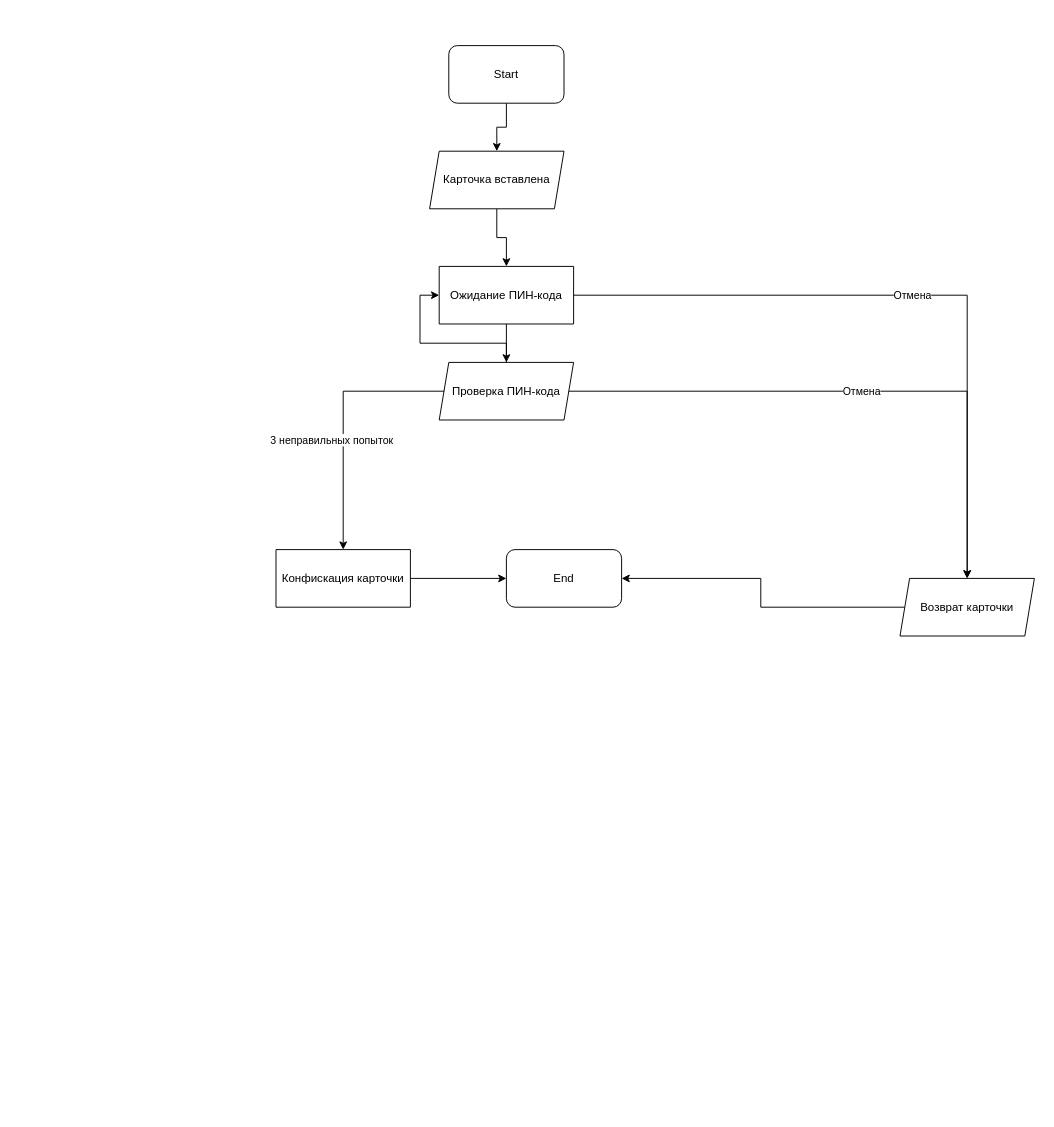
gafisun/java_ib keeps this draw.io diagram as Untitled Diagram.drawio. Above is the earlier version. Source tidied: cells renumbered, new cells numbered last; positions are measured from the earlier drawing's top-left corner, leaving out a move shared by most shapes. Both pictures are drawn from the tidied source at 96%, with x=0, y=0 at pixel (276, 45).
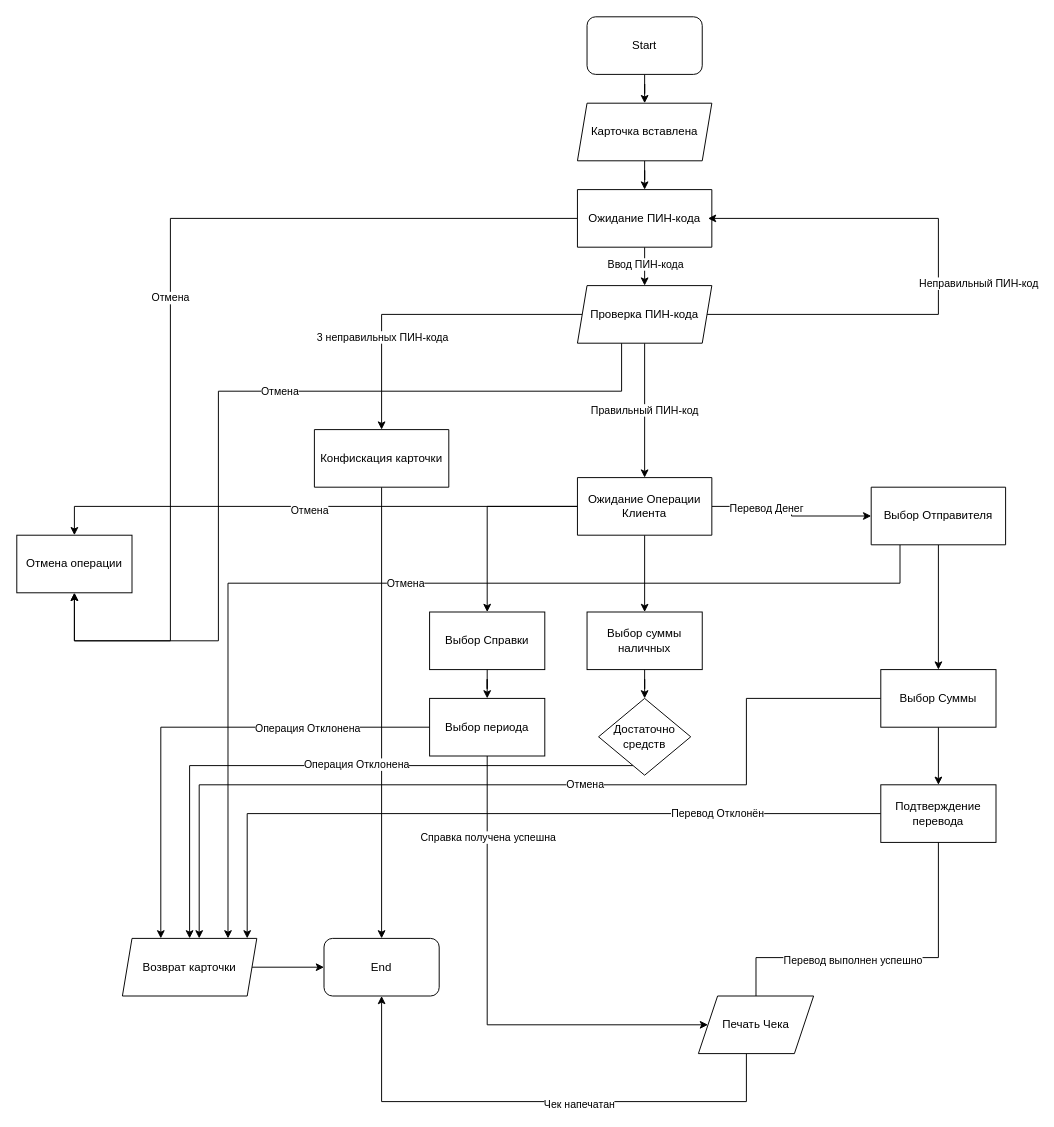
Above is the later version.

Unchanged cells that the change refers to:
```xml
<mxCell id="9" style="edgeStyle=orthogonalEdgeStyle;rounded=0;jettySize=auto;html=1;exitX=0.5;exitY=1;exitDx=0;exitDy=0;" parent="1" edge="1" source="11" target="16">
  <mxGeometry relative="1" as="geometry" />
</mxCell>
```

Change to the diagram source:
```diff
@@
     <mxCell id="3" value="Start" style="rounded=1;whiteSpace=wrap;html=1;" parent="1" vertex="1">
-      <mxGeometry x="180" width="120" height="60" as="geometry" />
+      <mxGeometry x="324" y="-30" width="120" height="60" as="geometry" />
     </mxCell>
     <mxCell id="4" value="End" style="rounded=1;whiteSpace=wrap;html=1;" parent="1" vertex="1">
-      <mxGeometry x="240" y="525" width="120" height="60" as="geometry" />
+      <mxGeometry x="50" y="930" width="120" height="60" as="geometry" />
     </mxCell>
@@
     <mxCell id="6" value="Карточка вставлена" style="shape=parallelogram;perimeter=parallelogramPerimeter;whiteSpace=wrap;html=1;fixedSize=1;size=10;" parent="1" vertex="1">
-      <mxGeometry x="160" y="110" width="140" height="60" as="geometry" />
+      <mxGeometry x="314" y="60" width="140" height="60" as="geometry" />
     </mxCell>
@@
     <mxCell id="8" value="Возврат карточки" style="shape=parallelogram;perimeter=parallelogramPerimeter;whiteSpace=wrap;html=1;fixedSize=1;size=10;" parent="1" vertex="1">
-      <mxGeometry x="650" y="555" width="140" height="60" as="geometry" />
+      <mxGeometry x="-160" y="930" width="140" height="60" as="geometry" />
     </mxCell>
@@
+    <mxCell id="19" value="Ввод ПИН-кода" style="edgeLabel;html=1;align=center;verticalAlign=middle;" parent="9" vertex="1">
+      <mxGeometry x="-0.17" relative="1" as="geometry" />
+    </mxCell>
-    <mxCell id="10" value="Отмена" style="edgeStyle=orthogonalEdgeStyle;rounded=0;jettySize=auto;html=1;" parent="1" edge="1" source="11" target="8">
-      <mxGeometry relative="1" as="geometry" />
+    <mxCell id="10" value="Отмена" style="edgeStyle=orthogonalEdgeStyle;rounded=0;jettySize=auto;html=1;" parent="1" edge="1" source="11" target="55">
+      <mxGeometry relative="1" as="geometry">
+        <Array as="points">
+          <mxPoint x="-110" y="180" />
+          <mxPoint x="-110" y="620" />
+        </Array>
+      </mxGeometry>
     </mxCell>
     <mxCell id="11" value="Ожидание ПИН-кода" style="shape=parallelogram;perimeter=parallelogramPerimeter;whiteSpace=wrap;html=1;fixedSize=1;size=0;" parent="1" vertex="1">
-      <mxGeometry x="170" y="230" width="140" height="60" as="geometry" />
+      <mxGeometry x="314" y="150" width="140" height="60" as="geometry" />
     </mxCell>
-    <mxCell id="12" value="Отмена" style="edgeStyle=orthogonalEdgeStyle;rounded=0;jettySize=auto;html=1;exitX=1;exitY=0.5;exitDx=0;exitDy=0;" parent="1" edge="1" source="16" target="8">
-      <mxGeometry relative="1" as="geometry" />
+    <mxCell id="12" value="Отмена" style="edgeStyle=orthogonalEdgeStyle;rounded=0;jettySize=auto;html=1;exitX=1;exitY=0.5;exitDx=0;exitDy=0;" parent="1" edge="1" source="16" target="55">
+      <mxGeometry relative="1" as="geometry">
+        <Array as="points">
+          <mxPoint x="360" y="280" />
+          <mxPoint x="360" y="360" />
+          <mxPoint x="-60" y="360" />
+          <mxPoint x="-60" y="620" />
+        </Array>
+      </mxGeometry>
     </mxCell>
+    <mxCell id="15" style="edgeStyle=orthogonalEdgeStyle;rounded=0;jettySize=auto;html=1;" parent="1" edge="1" source="16">
+      <mxGeometry relative="1" as="geometry">
+        <mxPoint x="450" y="180" as="targetPoint" />
+        <Array as="points">
+          <mxPoint x="690" y="280" />
+          <mxPoint x="690" y="180" />
+        </Array>
+      </mxGeometry>
+    </mxCell>
+    <mxCell id="20" value="Неправильный ПИН-код" style="edgeLabel;html=1;align=center;verticalAlign=middle;" parent="15" vertex="1">
+      <mxGeometry x="0.11" y="2" relative="1" as="geometry">
+        <mxPoint x="43" y="48" as="offset" />
+      </mxGeometry>
+    </mxCell>
-    <mxCell id="13" style="edgeStyle=orthogonalEdgeStyle;rounded=0;jettySize=auto;html=1;exitX=1;exitY=0.5;exitDx=0;exitDy=0;" parent="1" edge="1" source="16" target="18">
+    <mxCell id="13" style="edgeStyle=orthogonalEdgeStyle;rounded=0;jettySize=auto;html=1;" parent="1" edge="1" source="16" target="18">
       <mxGeometry relative="1" as="geometry" />
     </mxCell>
-    <mxCell id="14" value="3 неправильных попыток" style="edgeLabel;html=1;align=center;verticalAlign=middle;" parent="13" vertex="1">
-      <mxGeometry x="-0.37" y="1" relative="1" as="geometry">
-        <mxPoint x="-122" y="49" as="offset" />
-      </mxGeometry>
-    </mxCell>
-    <mxCell id="15" style="edgeStyle=orthogonalEdgeStyle;rounded=0;jettySize=auto;html=1;entryX=0;entryY=0.5;entryDx=0;entryDy=0;" parent="1" edge="1" source="16" target="11">
-      <mxGeometry relative="1" as="geometry" />
-    </mxCell>
+    <mxCell id="21" value="3 неправильных ПИН-кода" style="edgeLabel;html=1;align=center;verticalAlign=middle;" parent="13" vertex="1">
+      <mxGeometry x="0.41" relative="1" as="geometry" />
+    </mxCell>
+    <mxCell id="22" value="Правильный ПИН-код" style="edgeStyle=orthogonalEdgeStyle;rounded=0;jettySize=auto;html=1;" parent="1" edge="1" source="16" target="29">
+      <mxGeometry relative="1" as="geometry" />
+    </mxCell>
     <mxCell id="16" value="Проверка ПИН-кода" style="shape=parallelogram;perimeter=parallelogramPerimeter;whiteSpace=wrap;html=1;fixedSize=1;size=10;" parent="1" vertex="1">
-      <mxGeometry x="170" y="330" width="140" height="60" as="geometry" />
+      <mxGeometry x="314" y="250" width="140" height="60" as="geometry" />
     </mxCell>
@@
     <mxCell id="18" value="Конфискация карточки" style="shape=parallelogram;perimeter=parallelogramPerimeter;whiteSpace=wrap;html=1;fixedSize=1;size=0;" parent="1" vertex="1">
-      <mxGeometry y="525" width="140" height="60" as="geometry" />
+      <mxGeometry x="40" y="400" width="140" height="60" as="geometry" />
     </mxCell>
+    <mxCell id="23" style="edgeStyle=orthogonalEdgeStyle;rounded=0;jettySize=auto;html=1;" parent="1" edge="1" source="29" target="55">
+      <mxGeometry relative="1" as="geometry">
+        <Array as="points">
+          <mxPoint x="-210" y="480" />
+          <mxPoint x="-210" y="540" />
+        </Array>
+      </mxGeometry>
+    </mxCell>
+    <mxCell id="24" value="Отмена" style="edgeLabel;html=1;align=center;verticalAlign=middle;" parent="23" vertex="1">
+      <mxGeometry x="0.01" y="3" relative="1" as="geometry" />
+    </mxCell>
+    <mxCell id="25" style="edgeStyle=orthogonalEdgeStyle;rounded=0;jettySize=auto;html=1;" parent="1" edge="1" source="29" target="32">
+      <mxGeometry relative="1" as="geometry" />
+    </mxCell>
+    <mxCell id="26" value="Перевод Денег" style="edgeLabel;html=1;align=center;verticalAlign=middle;" parent="25" vertex="1">
+      <mxGeometry x="-0.38" relative="1" as="geometry">
+        <mxPoint x="1" y="1" as="offset" />
+      </mxGeometry>
+    </mxCell>
+    <mxCell id="27" style="edgeStyle=orthogonalEdgeStyle;rounded=0;jettySize=auto;html=1;" parent="1" edge="1" source="29" target="44">
+      <mxGeometry relative="1" as="geometry" />
+    </mxCell>
+    <mxCell id="28" style="edgeStyle=orthogonalEdgeStyle;rounded=0;jettySize=auto;html=1;" parent="1" edge="1" source="29" target="51">
+      <mxGeometry relative="1" as="geometry" />
+    </mxCell>
+    <mxCell id="29" value="Ожидание Операции Клиента" style="shape=parallelogram;perimeter=parallelogramPerimeter;whiteSpace=wrap;html=1;fixedSize=1;size=0;" parent="1" vertex="1">
+      <mxGeometry x="314" y="450" width="140" height="60" as="geometry" />
+    </mxCell>
+    <mxCell id="30" style="edgeStyle=orthogonalEdgeStyle;rounded=0;jettySize=auto;html=1;" parent="1" edge="1" source="32" target="35">
+      <mxGeometry relative="1" as="geometry" />
+    </mxCell>
+    <mxCell id="31" value="Отмена" style="edgeStyle=orthogonalEdgeStyle;rounded=0;jettySize=auto;html=1;" parent="1" edge="1" source="32" target="8">
+      <mxGeometry relative="1" as="geometry">
+        <Array as="points">
+          <mxPoint x="650" y="560" />
+          <mxPoint x="-50" y="560" />
+        </Array>
+      </mxGeometry>
+    </mxCell>
+    <mxCell id="32" value="Выбор Отправителя" style="shape=parallelogram;perimeter=parallelogramPerimeter;whiteSpace=wrap;html=1;fixedSize=1;size=0;" parent="1" vertex="1">
+      <mxGeometry x="620" y="460" width="140" height="60" as="geometry" />
+    </mxCell>
+    <mxCell id="33" value="Отмена" style="edgeStyle=orthogonalEdgeStyle;rounded=0;jettySize=auto;html=1;" parent="1" edge="1" source="35" target="8">
+      <mxGeometry x="-0.17" relative="1" as="geometry">
+        <Array as="points">
+          <mxPoint x="490" y="680" />
+          <mxPoint x="490" y="770" />
+          <mxPoint x="-80" y="770" />
+        </Array>
+      </mxGeometry>
+    </mxCell>
+    <mxCell id="34" style="edgeStyle=orthogonalEdgeStyle;rounded=0;jettySize=auto;html=1;" parent="1" edge="1" source="35" target="37">
+      <mxGeometry relative="1" as="geometry" />
+    </mxCell>
+    <mxCell id="35" value="Выбор Суммы" style="whiteSpace=wrap;html=1;" parent="1" vertex="1">
+      <mxGeometry x="630" y="650" width="120" height="60" as="geometry" />
+    </mxCell>
+    <mxCell id="36" value="Перевод Отклонён" style="edgeStyle=orthogonalEdgeStyle;rounded=0;jettySize=auto;html=1;" parent="1" edge="1" source="37" target="8">
+      <mxGeometry x="-0.57" relative="1" as="geometry">
+        <Array as="points">
+          <mxPoint x="-30" y="800" />
+        </Array>
+      </mxGeometry>
+    </mxCell>
+    <mxCell id="37" value="Подтверждение перевода" style="whiteSpace=wrap;html=1;" parent="1" vertex="1">
+      <mxGeometry x="630" y="770" width="120" height="60" as="geometry" />
+    </mxCell>
+    <mxCell id="38" style="edgeStyle=orthogonalEdgeStyle;rounded=0;jettySize=auto;html=1;" parent="1" edge="1" source="40" target="4">
+      <mxGeometry relative="1" as="geometry">
+        <Array as="points">
+          <mxPoint x="490" y="1100" />
+          <mxPoint x="110" y="1100" />
+        </Array>
+      </mxGeometry>
+    </mxCell>
+    <mxCell id="39" value="Чек напечатан" style="edgeLabel;html=1;align=center;verticalAlign=middle;" parent="38" vertex="1">
+      <mxGeometry x="-0.63" y="2" relative="1" as="geometry">
+        <mxPoint x="-125" as="offset" />
+      </mxGeometry>
+    </mxCell>
+    <mxCell id="40" value="Печать Чека" style="shape=parallelogram;perimeter=parallelogramPerimeter;whiteSpace=wrap;html=1;fixedSize=1;" parent="1" vertex="1">
+      <mxGeometry x="440" y="990" width="120" height="60" as="geometry" />
+    </mxCell>
+    <mxCell id="41" style="edgeStyle=orthogonalEdgeStyle;rounded=0;jettySize=auto;html=1;endArrow=none;" parent="1" edge="1" source="37" target="40">
+      <mxGeometry relative="1" as="geometry">
+        <Array as="points">
+          <mxPoint x="690" y="950" />
+          <mxPoint x="500" y="950" />
+        </Array>
+      </mxGeometry>
+    </mxCell>
+    <mxCell id="42" value="Перевод выполнен успешно" style="edgeLabel;html=1;align=center;verticalAlign=middle;" parent="41" vertex="1">
+      <mxGeometry x="0.2" y="2" relative="1" as="geometry" />
+    </mxCell>
+    <mxCell id="43" style="edgeStyle=orthogonalEdgeStyle;rounded=0;jettySize=auto;html=1;" parent="1" edge="1" source="44" target="49">
+      <mxGeometry relative="1" as="geometry" />
+    </mxCell>
+    <mxCell id="44" value="Выбор Справки" style="whiteSpace=wrap;html=1;" parent="1" vertex="1">
+      <mxGeometry x="160" y="590" width="120" height="60" as="geometry" />
+    </mxCell>
+    <mxCell id="45" style="edgeStyle=orthogonalEdgeStyle;rounded=0;jettySize=auto;html=1;" parent="1" edge="1" source="49" target="8">
+      <mxGeometry relative="1" as="geometry">
+        <Array as="points">
+          <mxPoint x="-120" y="710" />
+        </Array>
+      </mxGeometry>
+    </mxCell>
+    <mxCell id="46" value="Операция Отклонена" style="edgeLabel;html=1;align=center;verticalAlign=middle;" parent="45" vertex="1">
+      <mxGeometry x="-0.49" relative="1" as="geometry" />
+    </mxCell>
+    <mxCell id="47" style="edgeStyle=orthogonalEdgeStyle;rounded=0;jettySize=auto;html=1;" parent="1" edge="1" source="49" target="40">
+      <mxGeometry relative="1" as="geometry">
+        <Array as="points">
+          <mxPoint x="220" y="1020" />
+        </Array>
+      </mxGeometry>
+    </mxCell>
+    <mxCell id="48" value="Справка получена успешна" style="edgeLabel;html=1;align=center;verticalAlign=middle;" parent="47" vertex="1">
+      <mxGeometry x="-0.67" relative="1" as="geometry" />
+    </mxCell>
+    <mxCell id="49" value="Выбор периода" style="whiteSpace=wrap;html=1;" parent="1" vertex="1">
+      <mxGeometry x="160" y="680" width="120" height="60" as="geometry" />
+    </mxCell>
+    <mxCell id="50" style="edgeStyle=orthogonalEdgeStyle;rounded=0;jettySize=auto;html=1;" parent="1" edge="1" source="51" target="54">
+      <mxGeometry relative="1" as="geometry" />
+    </mxCell>
+    <mxCell id="51" value="Выбор суммы наличных" style="whiteSpace=wrap;html=1;" parent="1" vertex="1">
+      <mxGeometry x="324" y="590" width="120" height="60" as="geometry" />
+    </mxCell>
+    <mxCell id="52" style="edgeStyle=orthogonalEdgeStyle;rounded=0;jettySize=auto;html=1;" parent="1" edge="1" source="54" target="8">
+      <mxGeometry relative="1" as="geometry">
+        <Array as="points">
+          <mxPoint x="-90" y="750" />
+        </Array>
+      </mxGeometry>
+    </mxCell>
+    <mxCell id="53" value="Операция Отклонена" style="edgeLabel;html=1;align=center;verticalAlign=middle;" parent="52" vertex="1">
+      <mxGeometry x="-0.1" y="-2" relative="1" as="geometry" />
+    </mxCell>
+    <mxCell id="54" value="Достаточно средств" style="rhombus;whiteSpace=wrap;html=1;" parent="1" vertex="1">
+      <mxGeometry x="336" y="680" width="96" height="80" as="geometry" />
+    </mxCell>
+    <mxCell id="55" value="Отмена операции" style="rounded=0;whiteSpace=wrap;html=1;" parent="1" vertex="1">
+      <mxGeometry x="-270" y="510" width="120" height="60" as="geometry" />
+    </mxCell>
```
